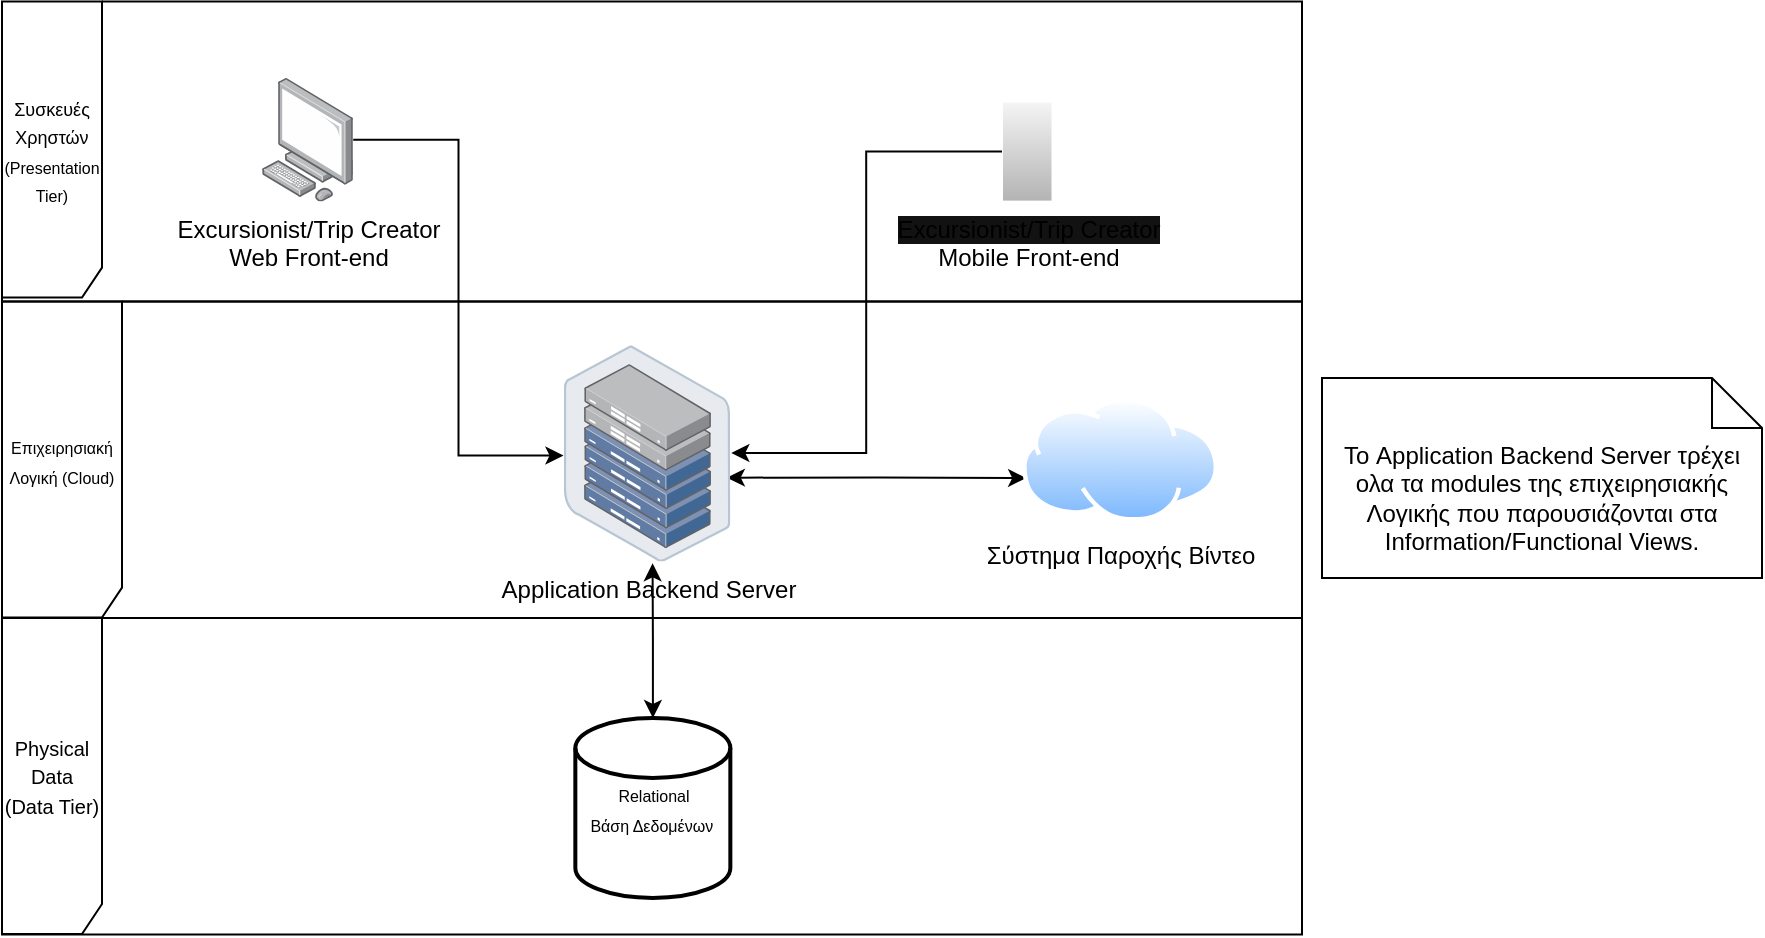
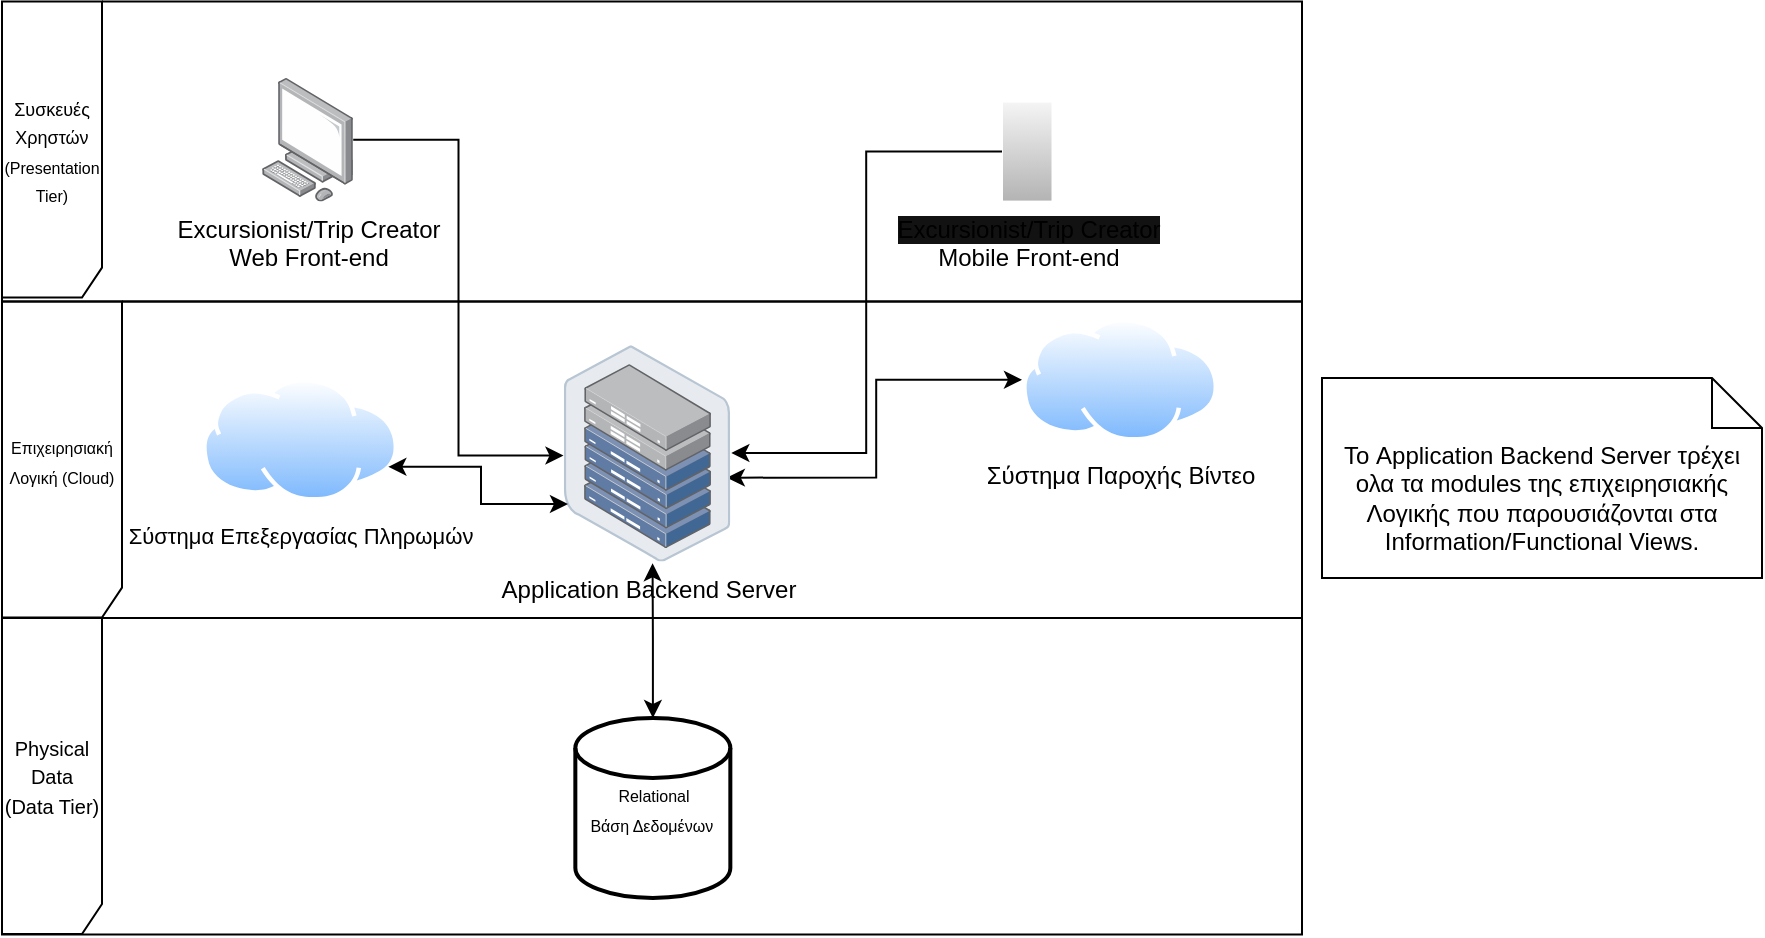
<mxfile host="Electron">
  <diagram name="Page-1" id="GV9l509BBFrMEb1s0Sl-">
-     <mxGraphModel dx="1276" dy="936" grid="1" gridSize="10" guides="1" tooltips="1" connect="1" arrows="1" fold="1" page="1" pageScale="1" pageWidth="2336" pageHeight="1654" math="0" shadow="0">
+     <mxGraphModel dx="1276" dy="808" grid="1" gridSize="10" guides="1" tooltips="1" connect="1" arrows="1" fold="1" page="1" pageScale="1" pageWidth="2336" pageHeight="1654" math="0" shadow="0">
      <root>
        <mxCell id="0" />
        <mxCell id="1" parent="0" />
        <mxCell id="jfI8HzNCd3rbLHlpKTCO-43" parent="1" style="shape=umlFrame;whiteSpace=wrap;html=1;pointerEvents=0;recursiveResize=0;container=1;collapsible=0;width=60;height=158;" value="&lt;div&gt;&lt;font style=&quot;font-size: 8px;&quot;&gt;Επιχειρησιακή Λογική (Cloud)&lt;/font&gt;&lt;/div&gt;" vertex="1">
          <mxGeometry height="158.2" width="650" x="280" y="511.8" as="geometry" />
        </mxCell>
-         <mxCell id="jfI8HzNCd3rbLHlpKTCO-49" edge="1" parent="jfI8HzNCd3rbLHlpKTCO-43" source="jfI8HzNCd3rbLHlpKTCO-31" style="edgeStyle=orthogonalEdgeStyle;rounded=0;orthogonalLoop=1;jettySize=auto;html=1;startArrow=classic;startFill=1;exitX=0.979;exitY=0.612;exitDx=0;exitDy=0;exitPerimeter=0;" value="">
+         <mxCell id="jfI8HzNCd3rbLHlpKTCO-49" edge="1" parent="jfI8HzNCd3rbLHlpKTCO-43" source="jfI8HzNCd3rbLHlpKTCO-31" style="edgeStyle=orthogonalEdgeStyle;rounded=0;orthogonalLoop=1;jettySize=auto;html=1;startArrow=classic;startFill=1;exitX=0.979;exitY=0.612;exitDx=0;exitDy=0;exitPerimeter=0;entryX=0;entryY=0.5;entryDx=0;entryDy=0;" target="jfI8HzNCd3rbLHlpKTCO-48" value="">
          <mxGeometry relative="1" as="geometry">
            <Array as="points" />
            <mxPoint x="369.10000000000014" y="88.19999999999995" as="sourcePoint" />
            <mxPoint x="512.0786103770145" y="88.19999999999995" as="targetPoint" />
          </mxGeometry>
        </mxCell>
        <mxCell id="jfI8HzNCd3rbLHlpKTCO-31" parent="jfI8HzNCd3rbLHlpKTCO-43" style="image;points=[];aspect=fixed;html=1;align=center;shadow=0;dashed=0;image=img/lib/allied_telesis/storage/Datacenter_Server_Half_Rack_ToR.svg;" value="Application Backend Server" vertex="1">
          <mxGeometry height="108.2" width="83.27" x="280.9" y="21.8" as="geometry" />
        </mxCell>
        <mxCell id="jfI8HzNCd3rbLHlpKTCO-48" parent="jfI8HzNCd3rbLHlpKTCO-43" style="image;aspect=fixed;perimeter=ellipsePerimeter;html=1;align=center;shadow=0;dashed=0;spacingTop=3;image=img/lib/active_directory/internet_cloud.svg;" value="Σύστημα Παροχής Βίντεο" vertex="1">
-           <mxGeometry height="61.8" width="98.1" x="510" y="48.2" as="geometry" />
+           <mxGeometry height="61.8" width="98.1" x="510" y="8.200000000000003" as="geometry" />
+         </mxCell>
+         <mxCell id="9EpUU4ru7ugRJdMHoupZ-1" parent="jfI8HzNCd3rbLHlpKTCO-43" style="image;aspect=fixed;perimeter=ellipsePerimeter;html=1;align=center;shadow=0;dashed=0;spacingTop=3;image=img/lib/active_directory/internet_cloud.svg;" value="&lt;font style=&quot;font-size: 11px;&quot;&gt;Σύστημα Επεξεργασίας Πληρωμών&lt;/font&gt;" vertex="1">
+           <mxGeometry height="61.8" width="98.1" x="100" y="38.19999999999999" as="geometry" />
+         </mxCell>
+         <mxCell id="9EpUU4ru7ugRJdMHoupZ-2" edge="1" parent="jfI8HzNCd3rbLHlpKTCO-43" source="9EpUU4ru7ugRJdMHoupZ-1" style="edgeStyle=orthogonalEdgeStyle;rounded=0;orthogonalLoop=1;jettySize=auto;html=1;exitX=1;exitY=0.75;exitDx=0;exitDy=0;entryX=0.025;entryY=0.734;entryDx=0;entryDy=0;entryPerimeter=0;startArrow=classic;startFill=1;" target="jfI8HzNCd3rbLHlpKTCO-31">
+           <mxGeometry relative="1" as="geometry" />
        </mxCell>
        <mxCell id="jfI8HzNCd3rbLHlpKTCO-36" parent="1" style="shape=umlFrame;whiteSpace=wrap;html=1;pointerEvents=0;recursiveResize=0;container=1;collapsible=0;width=50;height=148;" value="&lt;font style=&quot;font-size: 9px;&quot;&gt;Συσκευές Χρηστών&lt;/font&gt;&lt;div&gt;&lt;font style=&quot;font-size: 8px;&quot;&gt;(Presentation Tier)&lt;/font&gt;&lt;/div&gt;" vertex="1">
          <mxGeometry height="150" width="650" x="280" y="361.8" as="geometry" />
        </mxCell>
        <mxCell id="jfI8HzNCd3rbLHlpKTCO-22" parent="jfI8HzNCd3rbLHlpKTCO-36" style="image;points=[];aspect=fixed;html=1;align=center;shadow=0;dashed=0;image=img/lib/allied_telesis/computer_and_terminals/Personal_Computer.svg;" value="Excursionist/Trip Creator&lt;div&gt;Web Front-end&lt;/div&gt;" vertex="1">
          <mxGeometry height="61.800000000000004" width="45.6" x="129.99999999999997" y="38.200000000000024" as="geometry" />
        </mxCell>
        <mxCell id="jfI8HzNCd3rbLHlpKTCO-23" parent="jfI8HzNCd3rbLHlpKTCO-36" style="sketch=0;verticalLabelPosition=bottom;sketch=0;aspect=fixed;html=1;verticalAlign=top;strokeColor=#FFFFFF;fillColor=#f5f5f5;align=center;outlineConnect=0;pointerEvents=1;shape=mxgraph.citrix2.mobile;gradientColor=#b3b3b3;" value="&lt;span style=&quot;background-color: rgb(18, 18, 18);&quot;&gt;Excursionist/Trip Creator&lt;/span&gt;&lt;div&gt;Mobile Front-end&lt;/div&gt;" vertex="1">
          <mxGeometry height="50" width="25.255" x="500" y="49.99999999999994" as="geometry" />
        </mxCell>
        <mxCell id="jfI8HzNCd3rbLHlpKTCO-41" edge="1" parent="1" source="jfI8HzNCd3rbLHlpKTCO-22" style="edgeStyle=orthogonalEdgeStyle;rounded=0;orthogonalLoop=1;jettySize=auto;html=1;entryX=-0.002;entryY=0.51;entryDx=0;entryDy=0;entryPerimeter=0;" target="jfI8HzNCd3rbLHlpKTCO-31">
          <mxGeometry relative="1" as="geometry" />
        </mxCell>
        <mxCell id="jfI8HzNCd3rbLHlpKTCO-42" edge="1" parent="1" source="jfI8HzNCd3rbLHlpKTCO-23" style="edgeStyle=orthogonalEdgeStyle;rounded=0;orthogonalLoop=1;jettySize=auto;html=1;entryX=1.006;entryY=0.498;entryDx=0;entryDy=0;entryPerimeter=0;" target="jfI8HzNCd3rbLHlpKTCO-31">
          <mxGeometry relative="1" as="geometry" />
        </mxCell>
        <mxCell id="jfI8HzNCd3rbLHlpKTCO-57" parent="1" style="shape=umlFrame;whiteSpace=wrap;html=1;pointerEvents=0;recursiveResize=0;container=1;collapsible=0;width=50;height=158;" value="&lt;font size=&quot;1&quot;&gt;Physical Data&lt;/font&gt;&lt;div&gt;&lt;font size=&quot;1&quot;&gt;(Data Tier)&lt;/font&gt;&lt;/div&gt;" vertex="1">
          <mxGeometry height="158.2" width="650" x="280" y="670" as="geometry" />
        </mxCell>
        <mxCell id="jfI8HzNCd3rbLHlpKTCO-61" parent="jfI8HzNCd3rbLHlpKTCO-57" style="strokeWidth=2;html=1;shape=mxgraph.flowchart.database;whiteSpace=wrap;align=center;" value="&lt;font style=&quot;font-size: 8px;&quot;&gt;&lt;span style=&quot;background-color: transparent; color: light-dark(rgb(0, 0, 0), rgb(255, 255, 255));&quot;&gt;Relational&lt;/span&gt;&lt;br&gt;&lt;span style=&quot;background-color: transparent; color: light-dark(rgb(0, 0, 0), rgb(255, 255, 255));&quot;&gt;Βάση &lt;/span&gt;&lt;span style=&quot;background-color: transparent; color: light-dark(rgb(0, 0, 0), rgb(255, 255, 255));&quot;&gt;Δεδομένων&amp;nbsp;&lt;/span&gt;&lt;/font&gt;" vertex="1">
          <mxGeometry height="90" width="77.5" x="286.67" y="50" as="geometry" />
        </mxCell>
        <mxCell id="jfI8HzNCd3rbLHlpKTCO-62" edge="1" parent="1" source="jfI8HzNCd3rbLHlpKTCO-61" style="edgeStyle=orthogonalEdgeStyle;rounded=0;orthogonalLoop=1;jettySize=auto;html=1;entryX=0.533;entryY=1.008;entryDx=0;entryDy=0;entryPerimeter=0;startArrow=classic;startFill=1;" target="jfI8HzNCd3rbLHlpKTCO-31">
          <mxGeometry relative="1" as="geometry" />
        </mxCell>
        <mxCell id="UvJKSLLIwRtHELXgpgxb-2" parent="1" style="shape=note2;boundedLbl=1;whiteSpace=wrap;html=1;size=25;verticalAlign=top;align=center;" value="Το Application Backend Server τρέχει ολα τα modules της επιχειρησιακής Λογικής που παρουσιάζονται στα Information/Functional Views." vertex="1">
          <mxGeometry height="100" width="220" x="940" y="550" as="geometry" />
        </mxCell>
      </root>
    </mxGraphModel>
  </diagram>
</mxfile>
